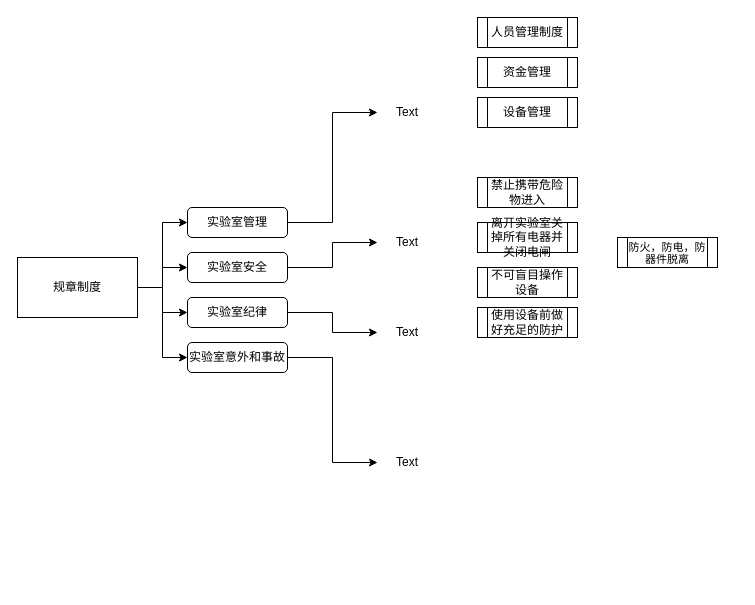
mlhua/hua keeps this draw.io diagram as 实验室规章制度.drawio. Above is the earlier version. Source tidied: cells renumbered, new cells numbered last; positions are measured from the earlier drawing's top-left corner, leaving out a move shared by most shapes. Both pictures are drawn from the tidied source at 100%, with x=0, y=0 at pixel (17, 17).
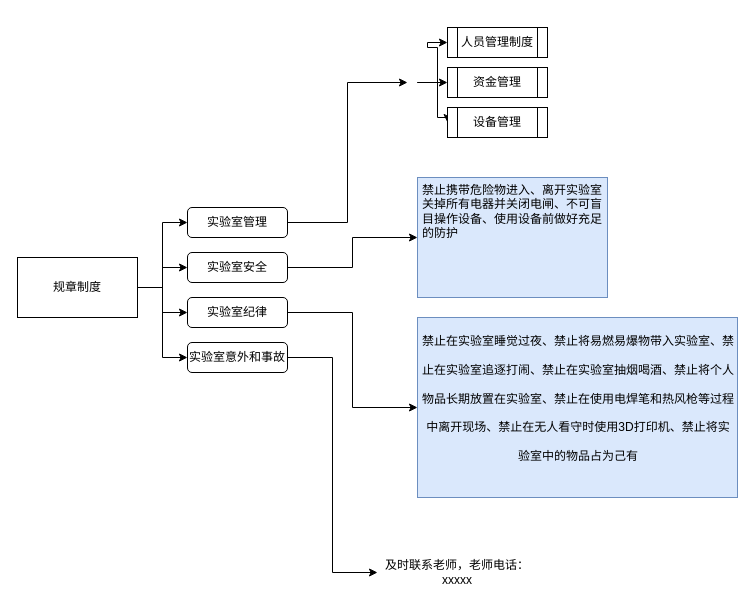
The same diagram, later.

Commit message (it also covers changes not shown here):
更新实验室规章制度.drawio

Unchanged cells that the change refers to:
```xml
<mxCell id="8" value="实验室安全" style="rounded=1;whiteSpace=wrap;html=1;" parent="1" vertex="1">
  <mxGeometry x="170" y="235" width="100" height="30" as="geometry" />
</mxCell>
<mxCell id="14" value="实验室纪律" style="rounded=1;whiteSpace=wrap;html=1;" parent="1" vertex="1">
  <mxGeometry x="170" y="280" width="100" height="30" as="geometry" />
</mxCell>
```

Diff of the diagram source:
```diff
@@
-    <mxCell id="7" style="edgeStyle=orthogonalEdgeStyle;rounded=0;jettySize=auto;html=1;entryX=0;entryY=0.5;entryDx=0;entryDy=0;" parent="1" edge="1" source="8" target="16">
+    <mxCell id="7" style="edgeStyle=orthogonalEdgeStyle;rounded=0;jettySize=auto;html=1;" parent="1" edge="1" source="8" target="30">
       <mxGeometry relative="1" as="geometry" />
     </mxCell>
@@
-    <mxCell id="13" style="edgeStyle=orthogonalEdgeStyle;rounded=0;jettySize=auto;html=1;" parent="1" edge="1" source="14" target="17">
+    <mxCell id="13" style="edgeStyle=orthogonalEdgeStyle;rounded=0;jettySize=auto;html=1;entryX=0;entryY=0.5;entryDx=0;entryDy=0;" parent="1" edge="1" source="14" target="31">
       <mxGeometry relative="1" as="geometry" />
     </mxCell>
@@
+    <mxCell id="27" style="edgeStyle=orthogonalEdgeStyle;rounded=0;jettySize=auto;html=1;entryX=0;entryY=0.5;entryDx=0;entryDy=0;" parent="1" edge="1" source="15" target="21">
+      <mxGeometry relative="1" as="geometry" />
+    </mxCell>
+    <mxCell id="28" style="edgeStyle=orthogonalEdgeStyle;rounded=0;jettySize=auto;html=1;entryX=0;entryY=0.5;entryDx=0;entryDy=0;" parent="1" edge="1" source="15" target="19">
+      <mxGeometry relative="1" as="geometry" />
+    </mxCell>
+    <mxCell id="29" style="edgeStyle=orthogonalEdgeStyle;rounded=0;jettySize=auto;html=1;entryX=0;entryY=0.5;entryDx=0;entryDy=0;" parent="1" edge="1" source="15" target="20">
+      <mxGeometry relative="1" as="geometry">
+        <Array as="points">
+          <mxPoint x="420" y="65" />
+          <mxPoint x="420" y="100" />
+          <mxPoint x="430" y="100" />
+        </Array>
+      </mxGeometry>
+    </mxCell>
-    <mxCell id="15" value="Text" style="text;html=1;strokeColor=none;fillColor=none;align=center;verticalAlign=middle;whiteSpace=wrap;rounded=0;" parent="1" vertex="1">
-      <mxGeometry x="360" y="80" width="60" height="30" as="geometry" />
+    <mxCell id="15" value="&amp;nbsp;" style="text;html=1;strokeColor=none;fillColor=none;align=center;verticalAlign=middle;whiteSpace=wrap;rounded=0;" parent="1" vertex="1">
+      <mxGeometry x="390" y="50" width="10" height="30" as="geometry" />
     </mxCell>
-    <mxCell id="16" value="Text" style="text;html=1;strokeColor=none;fillColor=none;align=center;verticalAlign=middle;whiteSpace=wrap;rounded=0;" parent="1" vertex="1">
-      <mxGeometry x="360" y="210" width="60" height="30" as="geometry" />
-    </mxCell>
-    <mxCell id="17" value="Text" style="text;html=1;strokeColor=none;fillColor=none;align=center;verticalAlign=middle;whiteSpace=wrap;rounded=0;" parent="1" vertex="1">
-      <mxGeometry x="360" y="300" width="60" height="30" as="geometry" />
-    </mxCell>
-    <mxCell id="18" value="Text" style="text;html=1;strokeColor=none;fillColor=none;align=center;verticalAlign=middle;whiteSpace=wrap;rounded=0;" parent="1" vertex="1">
-      <mxGeometry x="360" y="430" width="60" height="30" as="geometry" />
+    <mxCell id="18" value="及时联系老师，老师电话：xxxxx" style="text;html=1;strokeColor=none;fillColor=none;align=center;verticalAlign=middle;whiteSpace=wrap;rounded=0;" parent="1" vertex="1">
+      <mxGeometry x="360" y="540" width="160" height="30" as="geometry" />
     </mxCell>
     <mxCell id="19" value="资金管理" style="shape=process;whiteSpace=wrap;html=1;backgroundOutline=1;" parent="1" vertex="1">
-      <mxGeometry x="460" y="40" width="100" height="30" as="geometry" />
+      <mxGeometry x="430" y="50" width="100" height="30" as="geometry" />
     </mxCell>
     <mxCell id="20" value="设备管理" style="shape=process;whiteSpace=wrap;html=1;backgroundOutline=1;" parent="1" vertex="1">
-      <mxGeometry x="460" y="80" width="100" height="30" as="geometry" />
+      <mxGeometry x="430" y="90" width="100" height="30" as="geometry" />
     </mxCell>
     <mxCell id="21" value="人员管理制度" style="shape=process;whiteSpace=wrap;html=1;backgroundOutline=1;" parent="1" vertex="1">
-      <mxGeometry x="460" width="100" height="30" as="geometry" />
+      <mxGeometry x="430" y="10" width="100" height="30" as="geometry" />
     </mxCell>
-    <mxCell id="22" value="禁止携带危险物进入" style="shape=process;whiteSpace=wrap;html=1;backgroundOutline=1;" parent="1" vertex="1">
-      <mxGeometry x="460" y="160" width="100" height="30" as="geometry" />
-    </mxCell>
-    <mxCell id="23" value="&lt;p style=&quot;line-height: 100%;&quot;&gt;&lt;font style=&quot;font-size: 11px;&quot;&gt;防火，防电，防器件脱离&lt;/font&gt;&lt;/p&gt;" style="shape=process;whiteSpace=wrap;html=1;backgroundOutline=1;" parent="1" vertex="1">
-      <mxGeometry x="600" y="220" width="100" height="30" as="geometry" />
-    </mxCell>
-    <mxCell id="24" value="离开实验室关掉所有电器并关闭电闸" style="shape=process;whiteSpace=wrap;html=1;backgroundOutline=1;" parent="1" vertex="1">
-      <mxGeometry x="460" y="205" width="100" height="30" as="geometry" />
-    </mxCell>
-    <mxCell id="25" value="不可盲目操作设备" style="shape=process;whiteSpace=wrap;html=1;backgroundOutline=1;" parent="1" vertex="1">
-      <mxGeometry x="460" y="250" width="100" height="30" as="geometry" />
-    </mxCell>
-    <mxCell id="26" value="使用设备前做好充足的防护" style="shape=process;whiteSpace=wrap;html=1;backgroundOutline=1;" parent="1" vertex="1">
-      <mxGeometry x="460" y="290" width="100" height="30" as="geometry" />
-    </mxCell>
+    <mxCell id="30" value="&lt;h1&gt;&lt;/h1&gt;&lt;span style=&quot;text-align: center; background-color: initial;&quot;&gt;禁止携带危险物进入、离开实验室关掉所有电器并关闭电闸、&lt;/span&gt;不可盲目操作设备、使用设备前做好充足的防护" style="text;html=1;strokeColor=#6c8ebf;fillColor=#dae8fc;spacing=5;spacingTop=-20;whiteSpace=wrap;overflow=hidden;rounded=0;" parent="1" vertex="1">
+      <mxGeometry x="400" y="160" width="190" height="120" as="geometry" />
+    </mxCell>
+    <mxCell id="31" value="&lt;h1 style=&quot;text-align: center;&quot;&gt;&lt;span style=&quot;background-color: initial; font-size: 12px; font-weight: normal; text-align: left;&quot;&gt;禁止在实验室睡觉过夜、禁止将易燃易爆物带入实验室、禁止在实验室追逐打闹、禁止在实验室抽烟喝酒、禁止将个人物品长期放置在实验室、禁止在使用电焊笔和热风枪等过程中离开现场、禁止在无人看守时使用3D打印机、禁止将实验室中的物品占为己有&lt;/span&gt;&lt;br&gt;&lt;/h1&gt;" style="text;html=1;strokeColor=#6c8ebf;fillColor=#dae8fc;spacing=5;spacingTop=-20;whiteSpace=wrap;overflow=hidden;rounded=0;" parent="1" vertex="1">
+      <mxGeometry x="400" y="300" width="320" height="180" as="geometry" />
+    </mxCell>
```
